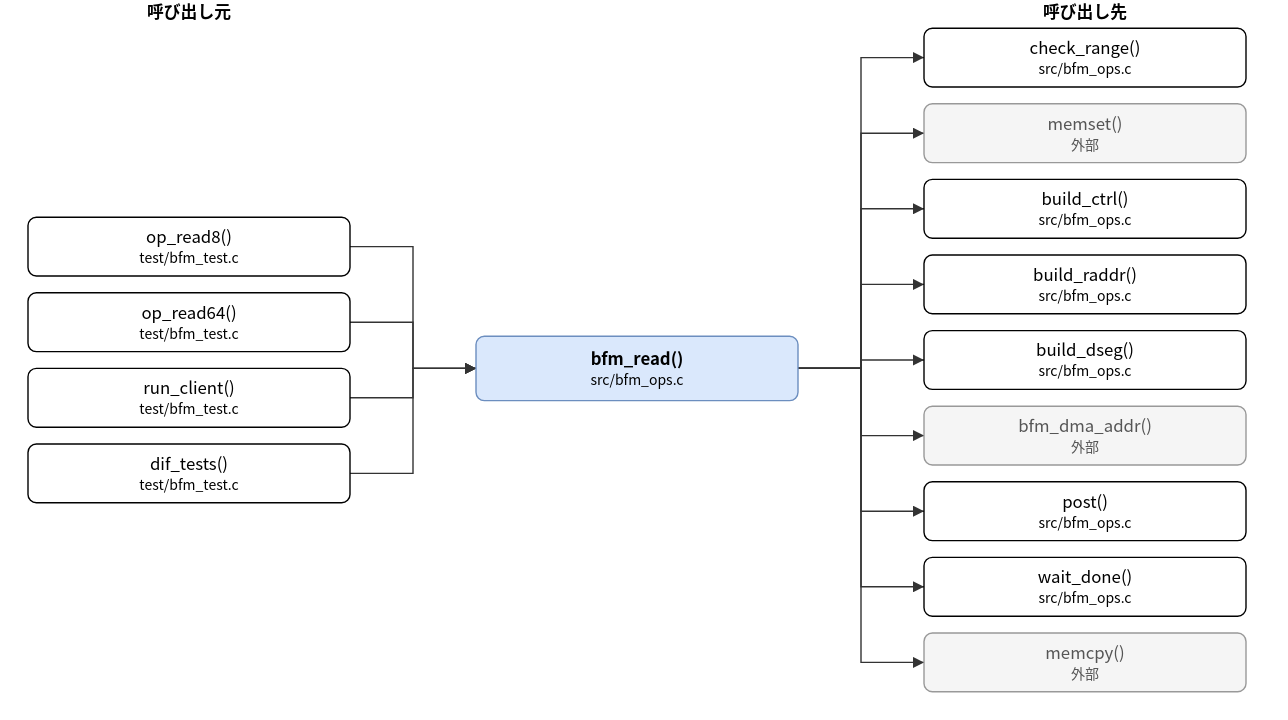
Above: doc/spec/images/call_src_bfm_ops-bfm_read.drawio.svg in hf355051012-ai/bfmem (draw.io), before the change. Source tidied: cells renumbered, new cells last; positions are measured from the earlier drawing's top-left corner, leaving out a move shared by most shapes.
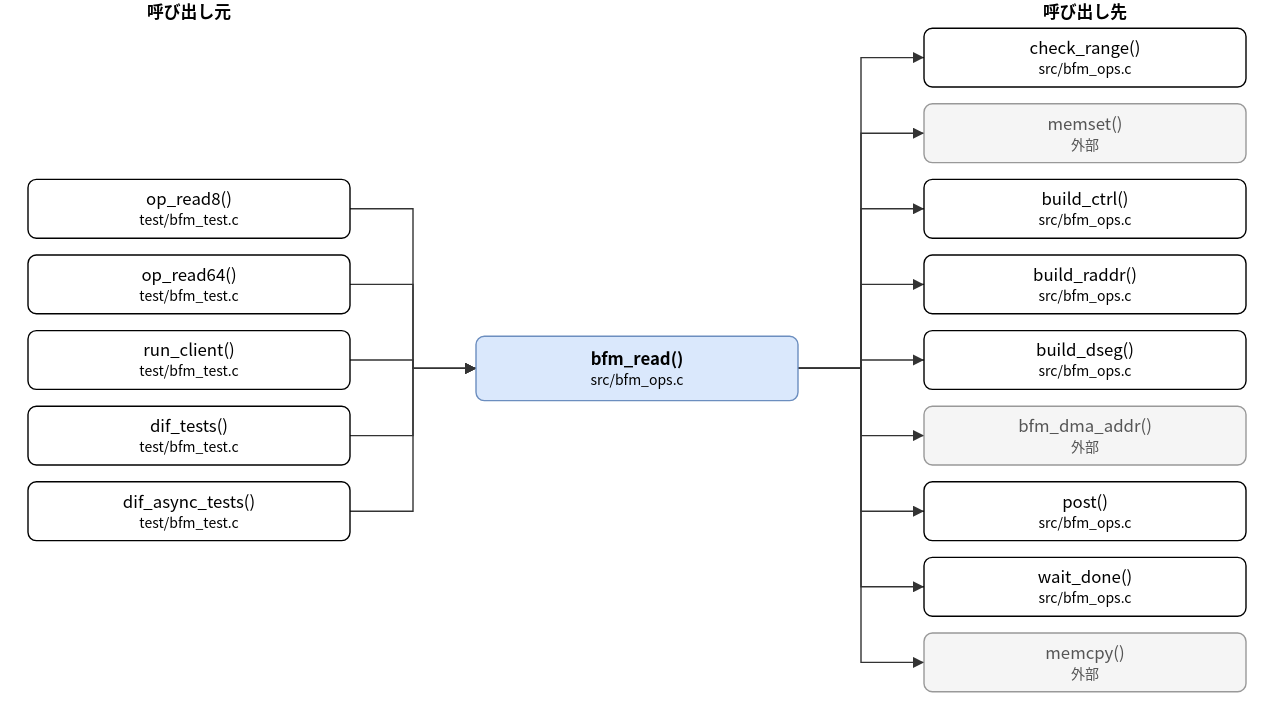
The same file after the commit.

Diff of the diagram source:
```diff
@@ -6,17 +6,20 @@
       <mxGeometry x="320" y="240" width="230" height="46" as="geometry" />
     </mxCell>
     <mxCell id="3" value="op_read8()&lt;br&gt;&lt;font style=&quot;font-size:10px&quot;&gt;test/bfm_test.c&lt;/font&gt;" style="rounded=1;whiteSpace=wrap;html=1;" parent="1" vertex="1">
-      <mxGeometry y="155" width="230" height="42" as="geometry" />
+      <mxGeometry y="128" width="230" height="42" as="geometry" />
     </mxCell>
     <mxCell id="4" value="op_read64()&lt;br&gt;&lt;font style=&quot;font-size:10px&quot;&gt;test/bfm_test.c&lt;/font&gt;" style="rounded=1;whiteSpace=wrap;html=1;" parent="1" vertex="1">
-      <mxGeometry y="209" width="230" height="42" as="geometry" />
+      <mxGeometry y="182" width="230" height="42" as="geometry" />
     </mxCell>
     <mxCell id="5" value="run_client()&lt;br&gt;&lt;font style=&quot;font-size:10px&quot;&gt;test/bfm_test.c&lt;/font&gt;" style="rounded=1;whiteSpace=wrap;html=1;" parent="1" vertex="1">
-      <mxGeometry y="263" width="230" height="42" as="geometry" />
+      <mxGeometry y="236" width="230" height="42" as="geometry" />
     </mxCell>
     <mxCell id="6" value="dif_tests()&lt;br&gt;&lt;font style=&quot;font-size:10px&quot;&gt;test/bfm_test.c&lt;/font&gt;" style="rounded=1;whiteSpace=wrap;html=1;" parent="1" vertex="1">
-      <mxGeometry y="317" width="230" height="42" as="geometry" />
+      <mxGeometry y="290" width="230" height="42" as="geometry" />
     </mxCell>
+    <mxCell id="31" value="dif_async_tests()&lt;br&gt;&lt;font style=&quot;font-size:10px&quot;&gt;test/bfm_test.c&lt;/font&gt;" style="rounded=1;whiteSpace=wrap;html=1;" parent="1" vertex="1">
+      <mxGeometry y="344" width="230" height="42" as="geometry" />
+    </mxCell>
     <mxCell id="7" value="check_range()&lt;br&gt;&lt;font style=&quot;font-size:10px&quot;&gt;src/bfm_ops.c&lt;/font&gt;" style="rounded=1;whiteSpace=wrap;html=1;" parent="1" vertex="1">
       <mxGeometry x="640" y="20" width="230" height="42" as="geometry" />
     </mxCell>
@@ -47,7 +50,7 @@
     <mxCell id="16" style="edgeStyle=none;html=1;rounded=0;endArrow=block;endFill=1;exitX=1.0000;exitY=0.5000;exitDx=0;exitDy=0;exitPerimeter=0;entryX=0.0000;entryY=0.5000;entryDx=0;entryDy=0;entryPerimeter=0;" parent="1" edge="1" source="3" target="2">
       <mxGeometry relative="1" as="geometry">
         <Array as="points">
-          <mxPoint x="275" y="176" />
+          <mxPoint x="275" y="149" />
           <mxPoint x="275" y="263" />
         </Array>
       </mxGeometry>
@@ -55,7 +58,7 @@
     <mxCell id="17" style="edgeStyle=none;html=1;rounded=0;endArrow=block;endFill=1;exitX=1.0000;exitY=0.5000;exitDx=0;exitDy=0;exitPerimeter=0;entryX=0.0000;entryY=0.5000;entryDx=0;entryDy=0;entryPerimeter=0;" parent="1" edge="1" source="4" target="2">
       <mxGeometry relative="1" as="geometry">
         <Array as="points">
-          <mxPoint x="275" y="230" />
+          <mxPoint x="275" y="203" />
           <mxPoint x="275" y="263" />
         </Array>
       </mxGeometry>
@@ -63,7 +66,7 @@
     <mxCell id="18" style="edgeStyle=none;html=1;rounded=0;endArrow=block;endFill=1;exitX=1.0000;exitY=0.5000;exitDx=0;exitDy=0;exitPerimeter=0;entryX=0.0000;entryY=0.5000;entryDx=0;entryDy=0;entryPerimeter=0;" parent="1" edge="1" source="5" target="2">
       <mxGeometry relative="1" as="geometry">
         <Array as="points">
-          <mxPoint x="275" y="284" />
+          <mxPoint x="275" y="257" />
           <mxPoint x="275" y="263" />
         </Array>
       </mxGeometry>
@@ -71,83 +74,91 @@
     <mxCell id="19" style="edgeStyle=none;html=1;rounded=0;endArrow=block;endFill=1;exitX=1.0000;exitY=0.5000;exitDx=0;exitDy=0;exitPerimeter=0;entryX=0.0000;entryY=0.5000;entryDx=0;entryDy=0;entryPerimeter=0;" parent="1" edge="1" source="6" target="2">
       <mxGeometry relative="1" as="geometry">
         <Array as="points">
-          <mxPoint x="275" y="338" />
+          <mxPoint x="275" y="311" />
           <mxPoint x="275" y="263" />
         </Array>
       </mxGeometry>
     </mxCell>
-    <mxCell id="20" style="edgeStyle=none;html=1;rounded=0;endArrow=block;endFill=1;exitX=1.0000;exitY=0.5000;exitDx=0;exitDy=0;exitPerimeter=0;entryX=0.0000;entryY=0.5000;entryDx=0;entryDy=0;entryPerimeter=0;" parent="1" edge="1" source="2" target="7">
+    <mxCell id="20" style="edgeStyle=none;html=1;rounded=0;endArrow=block;endFill=1;exitX=1.0000;exitY=0.5000;exitDx=0;exitDy=0;exitPerimeter=0;entryX=0.0000;entryY=0.5000;entryDx=0;entryDy=0;entryPerimeter=0;" parent="1" edge="1" source="31" target="2">
       <mxGeometry relative="1" as="geometry">
         <Array as="points">
-          <mxPoint x="595" y="263" />
-          <mxPoint x="595" y="41" />
+          <mxPoint x="275" y="365" />
+          <mxPoint x="275" y="263" />
         </Array>
       </mxGeometry>
     </mxCell>
-    <mxCell id="21" style="edgeStyle=none;html=1;rounded=0;endArrow=block;endFill=1;exitX=1.0000;exitY=0.5000;exitDx=0;exitDy=0;exitPerimeter=0;entryX=0.0000;entryY=0.5000;entryDx=0;entryDy=0;entryPerimeter=0;" parent="1" edge="1" source="2" target="8">
+    <mxCell id="21" style="edgeStyle=none;html=1;rounded=0;endArrow=block;endFill=1;exitX=1.0000;exitY=0.5000;exitDx=0;exitDy=0;exitPerimeter=0;entryX=0.0000;entryY=0.5000;entryDx=0;entryDy=0;entryPerimeter=0;" parent="1" edge="1" source="2" target="7">
       <mxGeometry relative="1" as="geometry">
         <Array as="points">
           <mxPoint x="595" y="263" />
-          <mxPoint x="595" y="95" />
+          <mxPoint x="595" y="41" />
         </Array>
       </mxGeometry>
     </mxCell>
-    <mxCell id="22" style="edgeStyle=none;html=1;rounded=0;endArrow=block;endFill=1;exitX=1.0000;exitY=0.5000;exitDx=0;exitDy=0;exitPerimeter=0;entryX=0.0000;entryY=0.5000;entryDx=0;entryDy=0;entryPerimeter=0;" parent="1" edge="1" source="2" target="9">
+    <mxCell id="22" style="edgeStyle=none;html=1;rounded=0;endArrow=block;endFill=1;exitX=1.0000;exitY=0.5000;exitDx=0;exitDy=0;exitPerimeter=0;entryX=0.0000;entryY=0.5000;entryDx=0;entryDy=0;entryPerimeter=0;" parent="1" edge="1" source="2" target="8">
       <mxGeometry relative="1" as="geometry">
         <Array as="points">
           <mxPoint x="595" y="263" />
-          <mxPoint x="595" y="149" />
+          <mxPoint x="595" y="95" />
         </Array>
       </mxGeometry>
     </mxCell>
-    <mxCell id="23" style="edgeStyle=none;html=1;rounded=0;endArrow=block;endFill=1;exitX=1.0000;exitY=0.5000;exitDx=0;exitDy=0;exitPerimeter=0;entryX=0.0000;entryY=0.5000;entryDx=0;entryDy=0;entryPerimeter=0;" parent="1" edge="1" source="2" target="10">
+    <mxCell id="23" style="edgeStyle=none;html=1;rounded=0;endArrow=block;endFill=1;exitX=1.0000;exitY=0.5000;exitDx=0;exitDy=0;exitPerimeter=0;entryX=0.0000;entryY=0.5000;entryDx=0;entryDy=0;entryPerimeter=0;" parent="1" edge="1" source="2" target="9">
       <mxGeometry relative="1" as="geometry">
         <Array as="points">
           <mxPoint x="595" y="263" />
-          <mxPoint x="595" y="203" />
+          <mxPoint x="595" y="149" />
         </Array>
       </mxGeometry>
     </mxCell>
-    <mxCell id="24" style="edgeStyle=none;html=1;rounded=0;endArrow=block;endFill=1;exitX=1.0000;exitY=0.5000;exitDx=0;exitDy=0;exitPerimeter=0;entryX=0.0000;entryY=0.5000;entryDx=0;entryDy=0;entryPerimeter=0;" parent="1" edge="1" source="2" target="11">
+    <mxCell id="24" style="edgeStyle=none;html=1;rounded=0;endArrow=block;endFill=1;exitX=1.0000;exitY=0.5000;exitDx=0;exitDy=0;exitPerimeter=0;entryX=0.0000;entryY=0.5000;entryDx=0;entryDy=0;entryPerimeter=0;" parent="1" edge="1" source="2" target="10">
       <mxGeometry relative="1" as="geometry">
         <Array as="points">
           <mxPoint x="595" y="263" />
-          <mxPoint x="595" y="257" />
+          <mxPoint x="595" y="203" />
         </Array>
       </mxGeometry>
     </mxCell>
-    <mxCell id="25" style="edgeStyle=none;html=1;rounded=0;endArrow=block;endFill=1;exitX=1.0000;exitY=0.5000;exitDx=0;exitDy=0;exitPerimeter=0;entryX=0.0000;entryY=0.5000;entryDx=0;entryDy=0;entryPerimeter=0;" parent="1" edge="1" source="2" target="12">
+    <mxCell id="25" style="edgeStyle=none;html=1;rounded=0;endArrow=block;endFill=1;exitX=1.0000;exitY=0.5000;exitDx=0;exitDy=0;exitPerimeter=0;entryX=0.0000;entryY=0.5000;entryDx=0;entryDy=0;entryPerimeter=0;" parent="1" edge="1" source="2" target="11">
       <mxGeometry relative="1" as="geometry">
         <Array as="points">
           <mxPoint x="595" y="263" />
-          <mxPoint x="595" y="311" />
+          <mxPoint x="595" y="257" />
         </Array>
       </mxGeometry>
     </mxCell>
-    <mxCell id="26" style="edgeStyle=none;html=1;rounded=0;endArrow=block;endFill=1;exitX=1.0000;exitY=0.5000;exitDx=0;exitDy=0;exitPerimeter=0;entryX=0.0000;entryY=0.5000;entryDx=0;entryDy=0;entryPerimeter=0;" parent="1" edge="1" source="2" target="13">
+    <mxCell id="26" style="edgeStyle=none;html=1;rounded=0;endArrow=block;endFill=1;exitX=1.0000;exitY=0.5000;exitDx=0;exitDy=0;exitPerimeter=0;entryX=0.0000;entryY=0.5000;entryDx=0;entryDy=0;entryPerimeter=0;" parent="1" edge="1" source="2" target="12">
       <mxGeometry relative="1" as="geometry">
         <Array as="points">
           <mxPoint x="595" y="263" />
-          <mxPoint x="595" y="365" />
+          <mxPoint x="595" y="311" />
         </Array>
       </mxGeometry>
     </mxCell>
-    <mxCell id="27" style="edgeStyle=none;html=1;rounded=0;endArrow=block;endFill=1;exitX=1.0000;exitY=0.5000;exitDx=0;exitDy=0;exitPerimeter=0;entryX=0.0000;entryY=0.5000;entryDx=0;entryDy=0;entryPerimeter=0;" parent="1" edge="1" source="2" target="14">
+    <mxCell id="27" style="edgeStyle=none;html=1;rounded=0;endArrow=block;endFill=1;exitX=1.0000;exitY=0.5000;exitDx=0;exitDy=0;exitPerimeter=0;entryX=0.0000;entryY=0.5000;entryDx=0;entryDy=0;entryPerimeter=0;" parent="1" edge="1" source="2" target="13">
       <mxGeometry relative="1" as="geometry">
         <Array as="points">
           <mxPoint x="595" y="263" />
-          <mxPoint x="595" y="419" />
+          <mxPoint x="595" y="365" />
         </Array>
       </mxGeometry>
     </mxCell>
-    <mxCell id="28" style="edgeStyle=none;html=1;rounded=0;endArrow=block;endFill=1;exitX=1.0000;exitY=0.5000;exitDx=0;exitDy=0;exitPerimeter=0;entryX=0.0000;entryY=0.5000;entryDx=0;entryDy=0;entryPerimeter=0;" parent="1" edge="1" source="2" target="15">
+    <mxCell id="28" style="edgeStyle=none;html=1;rounded=0;endArrow=block;endFill=1;exitX=1.0000;exitY=0.5000;exitDx=0;exitDy=0;exitPerimeter=0;entryX=0.0000;entryY=0.5000;entryDx=0;entryDy=0;entryPerimeter=0;" parent="1" edge="1" source="2" target="14">
       <mxGeometry relative="1" as="geometry">
         <Array as="points">
           <mxPoint x="595" y="263" />
-          <mxPoint x="595" y="473" />
+          <mxPoint x="595" y="419" />
         </Array>
       </mxGeometry>
     </mxCell>
+    <mxCell id="32" style="edgeStyle=none;html=1;rounded=0;endArrow=block;endFill=1;exitX=1.0000;exitY=0.5000;exitDx=0;exitDy=0;exitPerimeter=0;entryX=0.0000;entryY=0.5000;entryDx=0;entryDy=0;entryPerimeter=0;" parent="1" edge="1" source="2" target="15">
+      <mxGeometry relative="1" as="geometry">
+        <Array as="points">
+          <mxPoint x="595" y="263" />
+          <mxPoint x="595" y="473" />
+        </Array>
+      </mxGeometry>
+    </mxCell>
     <mxCell id="29" value="呼び出し元" style="text;html=1;align=center;fontStyle=1;" parent="1" vertex="1">
       <mxGeometry x="35" width="160" height="18" as="geometry" />
     </mxCell>
```
